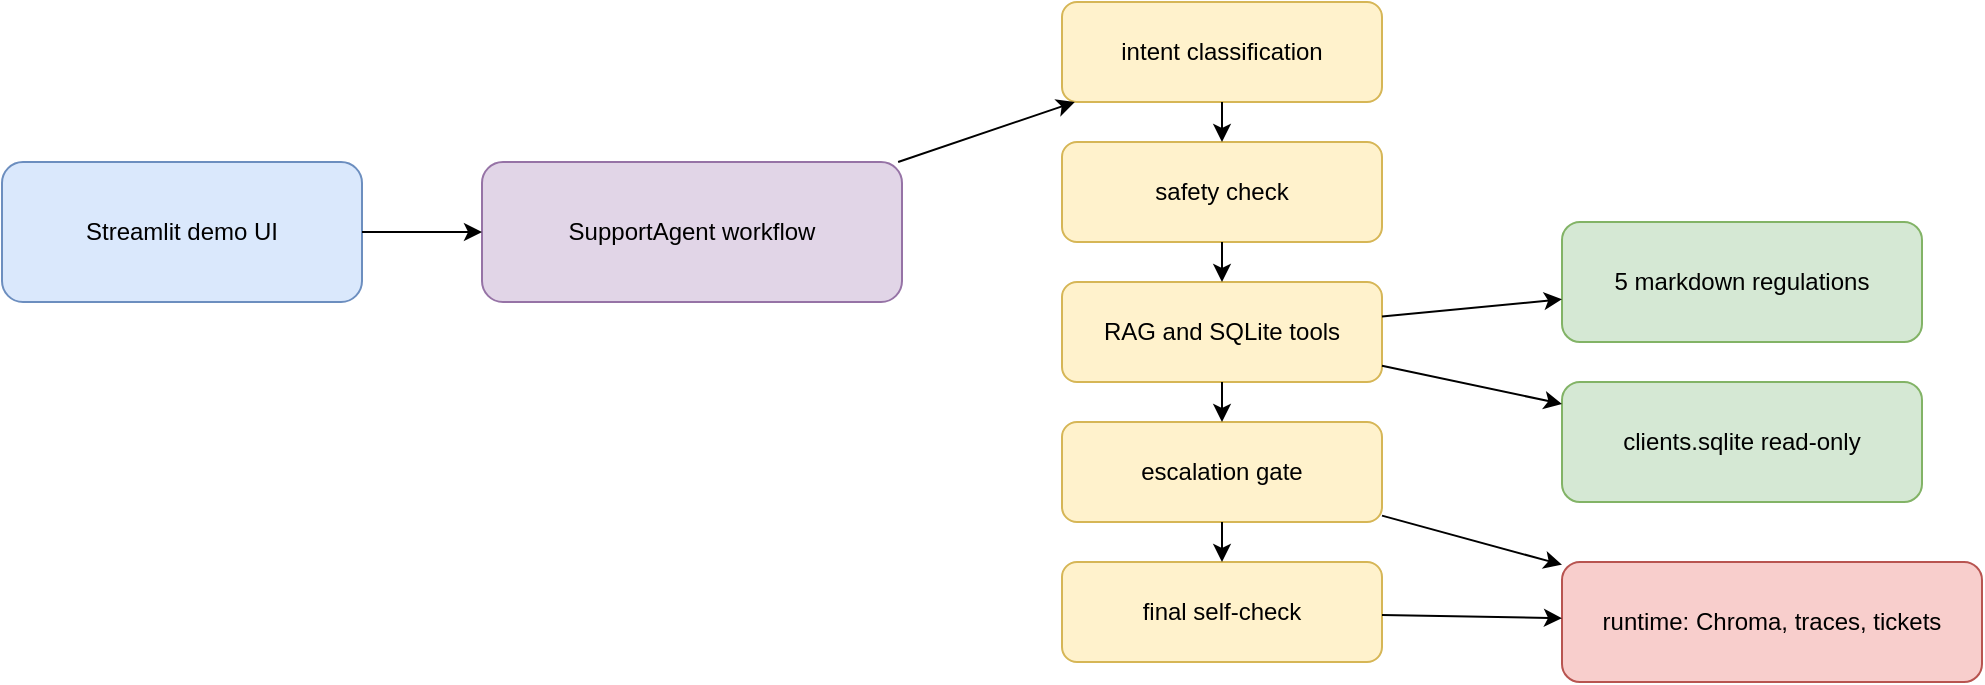
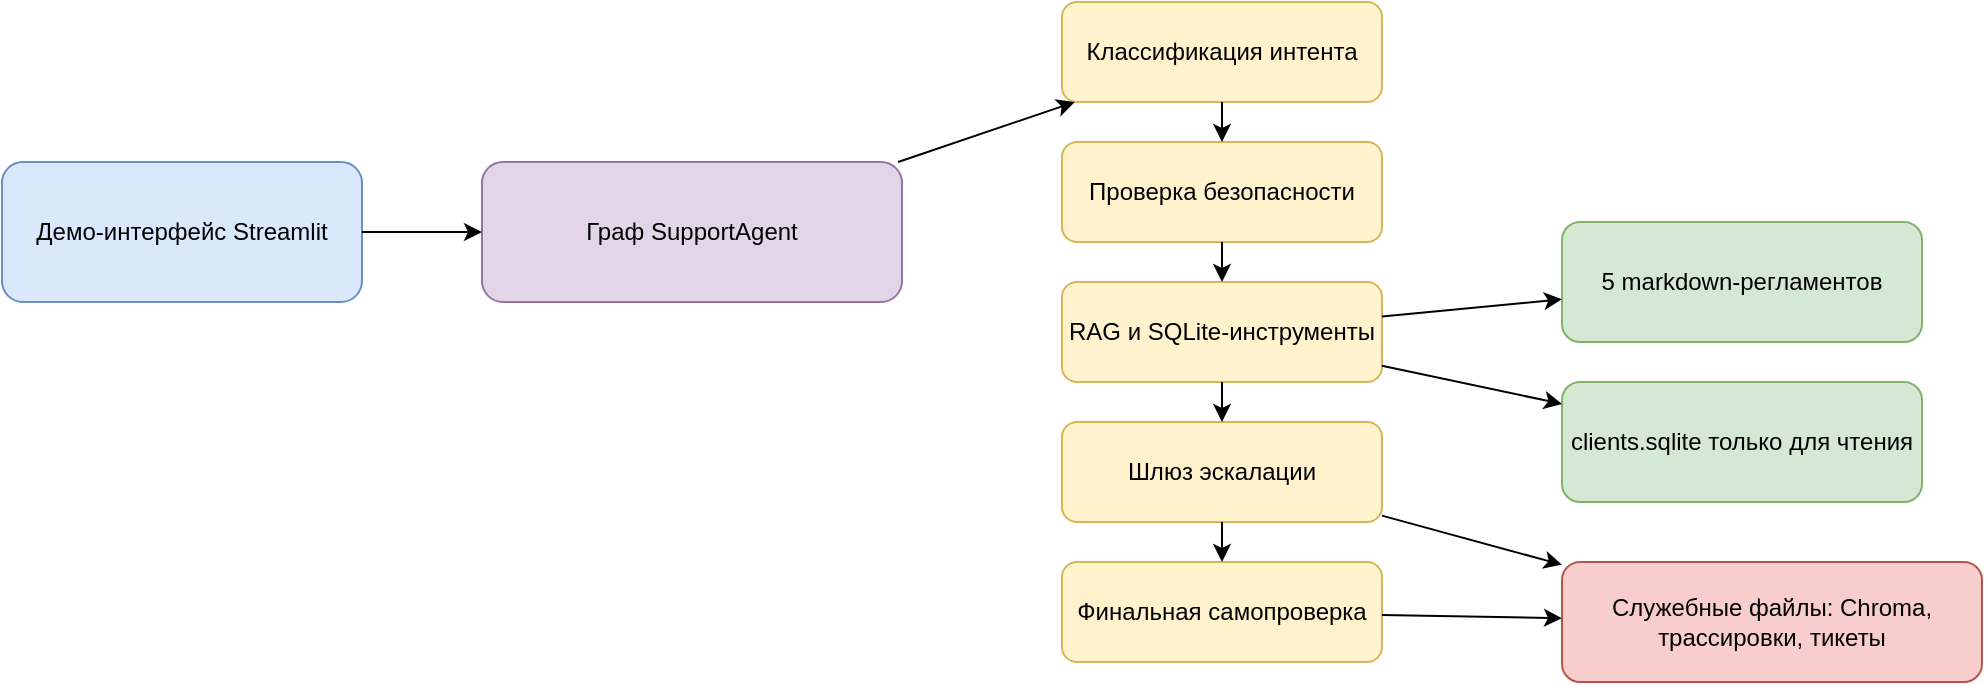
<mxfile host="app.diagrams.net">
-   <diagram id="msb-agent" name="MSB lending support agent">
+   <diagram id="msb-agent" name="Агент поддержки кредитования МСБ">
    <mxGraphModel dx="1200" dy="760" grid="1" gridSize="10" guides="1" tooltips="1" connect="1" arrows="1" fold="1" page="1" pageScale="1" pageWidth="1169" pageHeight="827" math="0" shadow="0">
      <root>
        <mxCell id="0" />
        <mxCell id="1" parent="0" />
-         <mxCell id="ui" value="Streamlit demo UI" style="rounded=1;whiteSpace=wrap;html=1;fillColor=#dae8fc;strokeColor=#6c8ebf;" vertex="1" parent="1"><mxGeometry x="40" y="120" width="180" height="70" as="geometry" /></mxCell>
-         <mxCell id="agent" value="SupportAgent workflow" style="rounded=1;whiteSpace=wrap;html=1;fillColor=#e1d5e7;strokeColor=#9673a6;" vertex="1" parent="1"><mxGeometry x="280" y="120" width="210" height="70" as="geometry" /></mxCell>
-         <mxCell id="classify" value="intent classification" style="rounded=1;whiteSpace=wrap;html=1;fillColor=#fff2cc;strokeColor=#d6b656;" vertex="1" parent="1"><mxGeometry x="570" y="40" width="160" height="50" as="geometry" /></mxCell>
-         <mxCell id="safety" value="safety check" style="rounded=1;whiteSpace=wrap;html=1;fillColor=#fff2cc;strokeColor=#d6b656;" vertex="1" parent="1"><mxGeometry x="570" y="110" width="160" height="50" as="geometry" /></mxCell>
-         <mxCell id="ragtools" value="RAG and SQLite tools" style="rounded=1;whiteSpace=wrap;html=1;fillColor=#fff2cc;strokeColor=#d6b656;" vertex="1" parent="1"><mxGeometry x="570" y="180" width="160" height="50" as="geometry" /></mxCell>
-         <mxCell id="escalate" value="escalation gate" style="rounded=1;whiteSpace=wrap;html=1;fillColor=#fff2cc;strokeColor=#d6b656;" vertex="1" parent="1"><mxGeometry x="570" y="250" width="160" height="50" as="geometry" /></mxCell>
-         <mxCell id="selfcheck" value="final self-check" style="rounded=1;whiteSpace=wrap;html=1;fillColor=#fff2cc;strokeColor=#d6b656;" vertex="1" parent="1"><mxGeometry x="570" y="320" width="160" height="50" as="geometry" /></mxCell>
-         <mxCell id="docs" value="5 markdown regulations" style="rounded=1;whiteSpace=wrap;html=1;fillColor=#d5e8d4;strokeColor=#82b366;" vertex="1" parent="1"><mxGeometry x="820" y="150" width="180" height="60" as="geometry" /></mxCell>
-         <mxCell id="sqlite" value="clients.sqlite read-only" style="rounded=1;whiteSpace=wrap;html=1;fillColor=#d5e8d4;strokeColor=#82b366;" vertex="1" parent="1"><mxGeometry x="820" y="230" width="180" height="60" as="geometry" /></mxCell>
-         <mxCell id="runtime" value="runtime: Chroma, traces, tickets" style="rounded=1;whiteSpace=wrap;html=1;fillColor=#f8cecc;strokeColor=#b85450;" vertex="1" parent="1"><mxGeometry x="820" y="320" width="210" height="60" as="geometry" /></mxCell>
+         <mxCell id="ui" value="Демо-интерфейс Streamlit" style="rounded=1;whiteSpace=wrap;html=1;fillColor=#dae8fc;strokeColor=#6c8ebf;" vertex="1" parent="1"><mxGeometry x="40" y="120" width="180" height="70" as="geometry" /></mxCell>
+         <mxCell id="agent" value="Граф SupportAgent" style="rounded=1;whiteSpace=wrap;html=1;fillColor=#e1d5e7;strokeColor=#9673a6;" vertex="1" parent="1"><mxGeometry x="280" y="120" width="210" height="70" as="geometry" /></mxCell>
+         <mxCell id="classify" value="Классификация интента" style="rounded=1;whiteSpace=wrap;html=1;fillColor=#fff2cc;strokeColor=#d6b656;" vertex="1" parent="1"><mxGeometry x="570" y="40" width="160" height="50" as="geometry" /></mxCell>
+         <mxCell id="safety" value="Проверка безопасности" style="rounded=1;whiteSpace=wrap;html=1;fillColor=#fff2cc;strokeColor=#d6b656;" vertex="1" parent="1"><mxGeometry x="570" y="110" width="160" height="50" as="geometry" /></mxCell>
+         <mxCell id="ragtools" value="RAG и SQLite-инструменты" style="rounded=1;whiteSpace=wrap;html=1;fillColor=#fff2cc;strokeColor=#d6b656;" vertex="1" parent="1"><mxGeometry x="570" y="180" width="160" height="50" as="geometry" /></mxCell>
+         <mxCell id="escalate" value="Шлюз эскалации" style="rounded=1;whiteSpace=wrap;html=1;fillColor=#fff2cc;strokeColor=#d6b656;" vertex="1" parent="1"><mxGeometry x="570" y="250" width="160" height="50" as="geometry" /></mxCell>
+         <mxCell id="selfcheck" value="Финальная самопроверка" style="rounded=1;whiteSpace=wrap;html=1;fillColor=#fff2cc;strokeColor=#d6b656;" vertex="1" parent="1"><mxGeometry x="570" y="320" width="160" height="50" as="geometry" /></mxCell>
+         <mxCell id="docs" value="5 markdown-регламентов" style="rounded=1;whiteSpace=wrap;html=1;fillColor=#d5e8d4;strokeColor=#82b366;" vertex="1" parent="1"><mxGeometry x="820" y="150" width="180" height="60" as="geometry" /></mxCell>
+         <mxCell id="sqlite" value="clients.sqlite только для чтения" style="rounded=1;whiteSpace=wrap;html=1;fillColor=#d5e8d4;strokeColor=#82b366;" vertex="1" parent="1"><mxGeometry x="820" y="230" width="180" height="60" as="geometry" /></mxCell>
+         <mxCell id="runtime" value="Служебные файлы: Chroma, трассировки, тикеты" style="rounded=1;whiteSpace=wrap;html=1;fillColor=#f8cecc;strokeColor=#b85450;" vertex="1" parent="1"><mxGeometry x="820" y="320" width="210" height="60" as="geometry" /></mxCell>
        <mxCell id="e1" edge="1" parent="1" source="ui" target="agent"><mxGeometry relative="1" as="geometry" /></mxCell>
        <mxCell id="e2" edge="1" parent="1" source="agent" target="classify"><mxGeometry relative="1" as="geometry" /></mxCell>
        <mxCell id="e3" edge="1" parent="1" source="classify" target="safety"><mxGeometry relative="1" as="geometry" /></mxCell>
        <mxCell id="e4" edge="1" parent="1" source="safety" target="ragtools"><mxGeometry relative="1" as="geometry" /></mxCell>
        <mxCell id="e5" edge="1" parent="1" source="ragtools" target="escalate"><mxGeometry relative="1" as="geometry" /></mxCell>
        <mxCell id="e6" edge="1" parent="1" source="escalate" target="selfcheck"><mxGeometry relative="1" as="geometry" /></mxCell>
        <mxCell id="e7" edge="1" parent="1" source="ragtools" target="docs"><mxGeometry relative="1" as="geometry" /></mxCell>
        <mxCell id="e8" edge="1" parent="1" source="ragtools" target="sqlite"><mxGeometry relative="1" as="geometry" /></mxCell>
        <mxCell id="e9" edge="1" parent="1" source="escalate" target="runtime"><mxGeometry relative="1" as="geometry" /></mxCell>
        <mxCell id="e10" edge="1" parent="1" source="selfcheck" target="runtime"><mxGeometry relative="1" as="geometry" /></mxCell>
      </root>
    </mxGraphModel>
  </diagram>
</mxfile>
